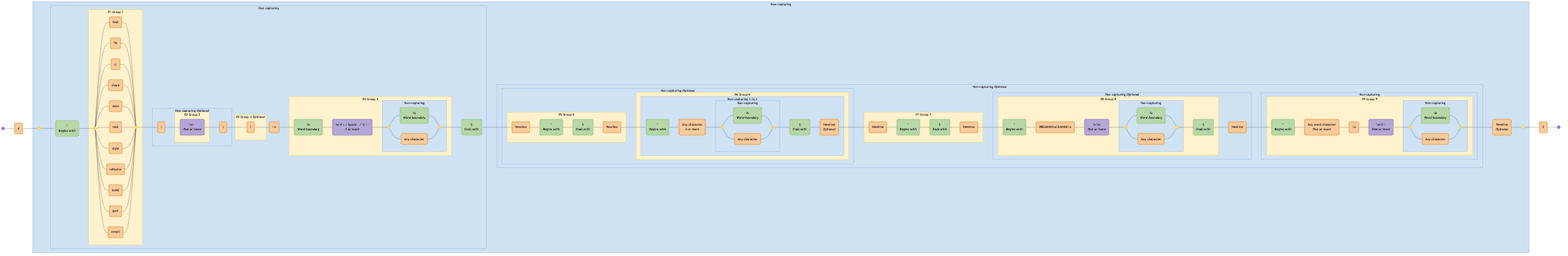
The Mermaid diagram diagrams/conventional-commits.mermaid-diagram.png in tayles/regex-to-mermaid, before a commit. Its source is kept beside it as diagrams/conventional-commits.mermaid.
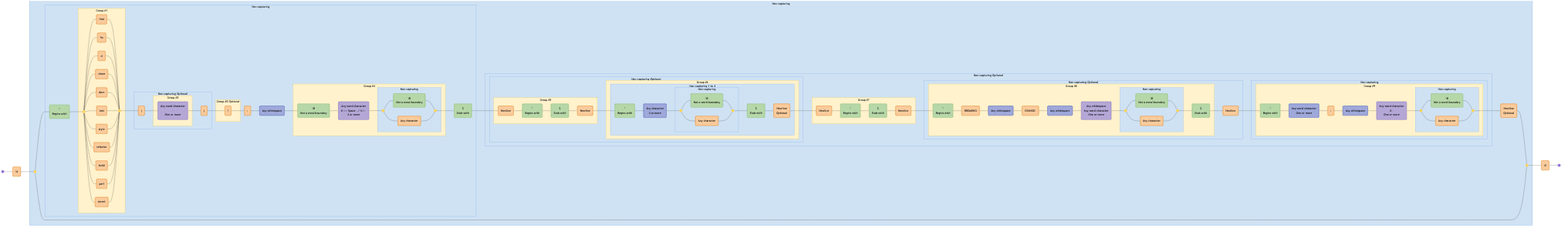
Above is the later version.

What changed in the source:
```diff
@@ -1,10 +1,10 @@
 graph LR
   accTitle: "Regex: \\A(?:(?:^(?P<type>feat|fix|ci|chore|docs|test|style|refactor|build|perf|revert)(?:\\((?P<scope>[\\w-]+)\\))?(?P<breaking>!)?:\\s(?P<subject>\\b[\\w#<> ./\\t\\\\-]{3,}(?:\\b|\\.))$)(?:(?:(?P<BLANK_LINE>\\n^$\\n)(?P<body>(?:^.{3,}(?:\\b|\\.)$\\n?){1,3}))?(?P<BLANK_LINE2>\\n^$\\n)(?:(?P<breaking_change>^BREAKING\\sCHANGE:\\s[\\s\\w]+(?:\\b|\\.)$)\\n)?(?:(?P<footer>^\\w+:\\s[\\w#-]+(?:\\b|\\.))))?\\n?|)\\Z"
-  accDescr: "Generated with regex-to-mermaid@1.0.4"
+  accDescr: "Generated with regex-to-mermaid@2.0.0"
 
   start@{ shape: f-circ };
   fin@{ shape: f-circ };
-  literal_1("A"):::literal;
+  literal_1("\A"):::literal;
   disjunction_begin_1:::disjunction@{ shape: f-circ };
   disjunction_end_1:::disjunction@{ shape: f-circ };
   assertion_1("^<br><i>Begins with</i>"):::assertion;
@@ -21,16 +21,17 @@
   literal_10("build"):::literal;
   literal_11("perf"):::literal;
   literal_12("revert"):::literal;
-  literal_13("("):::literal;
-  char_class_1("\w -<br><i>One or more</i>"):::char-class;
-  literal_14(")"):::literal;
+  literal_13("\("):::literal;
+  char_class_1("Any word character<br>-<br><i>One or more</i>"):::char-class;
+  literal_14("\)"):::literal;
   literal_15("!"):::literal;
-  literal_16(":\s"):::literal;
-  assertion_2("\b<br><i>Word boundary</i>"):::assertion;
-  char_class_2("\w # < > Space . / \t \ -<br><i>3 or more</i>"):::char-class;
+  literal_16(":"):::literal;
+  char_set_1("Any whitespace"):::char-set;
+  assertion_2("\B<br><i>Not a word boundary</i>"):::assertion;
+  char_class_2("Any word character<br># < > Space . / \t \\ -<br><i>3 or more</i>"):::char-class;
   disjunction_begin_3:::disjunction@{ shape: f-circ };
   disjunction_end_3:::disjunction@{ shape: f-circ };
-  assertion_3("\b<br><i>Word boundary</i>"):::assertion;
+  assertion_3("\B<br><i>Not a word boundary</i>"):::assertion;
   literal_17("Any character"):::literal;
   assertion_4("$<br><i>Ends with</i>"):::assertion;
   literal_18("Newline"):::literal;
@@ -38,38 +39,42 @@
   assertion_6("$<br><i>Ends with</i>"):::assertion;
   literal_19("Newline"):::literal;
   assertion_7("^<br><i>Begins with</i>"):::assertion;
-  literal_20("Any character<br><i>3 or more</i>"):::literal;
+  char_set_2("Any character<br><i>3 or more</i>"):::char-set;
   disjunction_begin_4:::disjunction@{ shape: f-circ };
   disjunction_end_4:::disjunction@{ shape: f-circ };
-  assertion_8("\b<br><i>Word boundary</i>"):::assertion;
-  literal_21("Any character"):::literal;
+  assertion_8("\B<br><i>Not a word boundary</i>"):::assertion;
+  literal_20("Any character"):::literal;
   assertion_9("$<br><i>Ends with</i>"):::assertion;
-  literal_22("Newline<br><i>Optional</i>"):::literal;
-  literal_23("Newline"):::literal;
+  literal_21("Newline<br><i>Optional</i>"):::literal;
+  literal_22("Newline"):::literal;
   assertion_10("^<br><i>Begins with</i>"):::assertion;
   assertion_11("$<br><i>Ends with</i>"):::assertion;
-  literal_24("Newline"):::literal;
+  literal_23("Newline"):::literal;
   assertion_12("^<br><i>Begins with</i>"):::assertion;
-  literal_25("BREAKING\sCHANGE:\s"):::literal;
-  char_class_3("\s \w<br><i>One or more</i>"):::char-class;
+  literal_24("BREAKING"):::literal;
+  char_set_3("Any whitespace"):::char-set;
+  literal_25("CHANGE:"):::literal;
+  char_set_4("Any whitespace"):::char-set;
+  char_class_3("Any whitespace<br>Any word character<br><i>One or more</i>"):::char-class;
   disjunction_begin_5:::disjunction@{ shape: f-circ };
   disjunction_end_5:::disjunction@{ shape: f-circ };
-  assertion_13("\b<br><i>Word boundary</i>"):::assertion;
+  assertion_13("\B<br><i>Not a word boundary</i>"):::assertion;
   literal_26("Any character"):::literal;
   assertion_14("$<br><i>Ends with</i>"):::assertion;
   literal_27("Newline"):::literal;
   assertion_15("^<br><i>Begins with</i>"):::assertion;
-  literal_28("Any word character<br><i>One or more</i>"):::literal;
-  literal_29(":\s"):::literal;
-  char_class_4("\w # -<br><i>One or more</i>"):::char-class;
+  char_set_5("Any word character<br><i>One or more</i>"):::char-set;
+  literal_28(":"):::literal;
+  char_set_6("Any whitespace"):::char-set;
+  char_class_4("Any word character<br># -<br><i>One or more</i>"):::char-class;
   disjunction_begin_6:::disjunction@{ shape: f-circ };
   disjunction_end_6:::disjunction@{ shape: f-circ };
-  assertion_16("\b<br><i>Word boundary</i>"):::assertion;
-  literal_30("Any character"):::literal;
-  literal_31("Newline<br><i>Optional</i>"):::literal;
-  literal_32("Z"):::literal;
+  assertion_16("\B<br><i>Not a word boundary</i>"):::assertion;
+  literal_29("Any character"):::literal;
+  literal_30("Newline<br><i>Optional</i>"):::literal;
+  literal_31("\Z"):::literal;
 
-  subgraph standard_1 ["#1 Group 1"]
+  subgraph standard_1 ["Group #1"]
     disjunction_begin_2
     disjunction_end_2
     literal_2
@@ -85,7 +90,7 @@
     literal_12
   end
 
-  subgraph standard_2 ["#2 Group 2"]
+  subgraph standard_2 ["Group #2"]
     char_class_1
   end
 
@@ -95,7 +100,7 @@
     literal_14
   end
 
-  subgraph standard_3 ["#3 Group 3 <i>Optional</i>"]
+  subgraph standard_3 ["Group #3 <i>Optional</i>"]
     literal_15
   end
 
@@ -106,7 +111,7 @@
     literal_17
   end
 
-  subgraph standard_4 ["#4 Group 4"]
+  subgraph standard_4 ["Group #4"]
     non_capturing_4
     assertion_2
     char_class_2
@@ -121,10 +126,11 @@
     standard_4
     assertion_1
     literal_16
+    char_set_1
     assertion_4
   end
 
-  subgraph standard_5 ["#5 Group 5"]
+  subgraph standard_5 ["Group #5"]
     literal_18
     assertion_5
     assertion_6
@@ -135,18 +141,18 @@
     disjunction_begin_4
     disjunction_end_4
     assertion_8
-    literal_21
+    literal_20
   end
 
   subgraph non_capturing_7 ["Non-capturing <i>1 to 3</i>"]
     non_capturing_8
     assertion_7
-    literal_20
+    char_set_2
     assertion_9
-    literal_22
+    literal_21
   end
 
-  subgraph standard_6 ["#6 Group 6"]
+  subgraph standard_6 ["Group #6"]
     non_capturing_8
     non_capturing_7
   end
@@ -158,11 +164,11 @@
     standard_6
   end
 
-  subgraph standard_7 ["#7 Group 7"]
-    literal_23
+  subgraph standard_7 ["Group #7"]
+    literal_22
     assertion_10
     assertion_11
-    literal_24
+    literal_23
   end
 
   subgraph non_capturing_10 ["Non-capturing"]
@@ -172,10 +178,13 @@
     literal_26
   end
 
-  subgraph standard_8 ["#8 Group 8"]
+  subgraph standard_8 ["Group #8"]
     non_capturing_10
     assertion_12
+    literal_24
+    char_set_3
     literal_25
+    char_set_4
     char_class_3
     assertion_14
   end
@@ -190,14 +199,15 @@
     disjunction_begin_6
     disjunction_end_6
     assertion_16
-    literal_30
+    literal_29
   end
 
-  subgraph standard_9 ["#9 Group 9"]
+  subgraph standard_9 ["Group #9"]
     non_capturing_12
     assertion_15
+    char_set_5
     literal_28
-    literal_29
+    char_set_6
     char_class_4
   end
 
@@ -244,7 +254,7 @@
     non_capturing_5
     disjunction_begin_1
     disjunction_end_1
-    literal_31
+    literal_30
   end
 
   start --- literal_1;
@@ -278,7 +288,8 @@
   char_class_1 --- literal_14;
   literal_14 --- literal_15;
   literal_15 --- literal_16;
-  literal_16 --- assertion_2;
+  literal_16 --- char_set_1;
+  char_set_1 --- assertion_2;
   assertion_2 --- char_class_2;
   char_class_2 --- disjunction_begin_3;
   disjunction_begin_3 --- assertion_3;
@@ -291,21 +302,24 @@
   assertion_5 --- assertion_6;
   assertion_6 --- literal_19;
   literal_19 --- assertion_7;
-  assertion_7 --- literal_20;
-  literal_20 --- disjunction_begin_4;
+  assertion_7 --- char_set_2;
+  char_set_2 --- disjunction_begin_4;
   disjunction_begin_4 --- assertion_8;
   assertion_8 --- disjunction_end_4;
-  disjunction_begin_4 --- literal_21;
-  literal_21 --- disjunction_end_4;
+  disjunction_begin_4 --- literal_20;
+  literal_20 --- disjunction_end_4;
   disjunction_end_4 --- assertion_9;
-  assertion_9 --- literal_22;
-  literal_22 --- literal_23;
-  literal_23 --- assertion_10;
+  assertion_9 --- literal_21;
+  literal_21 --- literal_22;
+  literal_22 --- assertion_10;
   assertion_10 --- assertion_11;
-  assertion_11 --- literal_24;
-  literal_24 --- assertion_12;
-  assertion_12 --- literal_25;
-  literal_25 --- char_class_3;
+  assertion_11 --- literal_23;
+  literal_23 --- assertion_12;
+  assertion_12 --- literal_24;
+  literal_24 --- char_set_3;
+  char_set_3 --- literal_25;
+  literal_25 --- char_set_4;
+  char_set_4 --- char_class_3;
   char_class_3 --- disjunction_begin_5;
   disjunction_begin_5 --- assertion_13;
   assertion_13 --- disjunction_end_5;
@@ -314,23 +328,26 @@
   disjunction_end_5 --- assertion_14;
   assertion_14 --- literal_27;
   literal_27 --- assertion_15;
-  assertion_15 --- literal_28;
-  literal_28 --- literal_29;
-  literal_29 --- char_class_4;
+  assertion_15 --- char_set_5;
+  char_set_5 --- literal_28;
+  literal_28 --- char_set_6;
+  char_set_6 --- char_class_4;
   char_class_4 --- disjunction_begin_6;
   disjunction_begin_6 --- assertion_16;
   assertion_16 --- disjunction_end_6;
-  disjunction_begin_6 --- literal_30;
-  literal_30 --- disjunction_end_6;
-  disjunction_end_6 --- literal_31;
-  literal_31 --- disjunction_end_1;
-  disjunction_end_1 --- literal_32;
-  literal_32 --- fin;
+  disjunction_begin_6 --- literal_29;
+  literal_29 --- disjunction_end_6;
+  disjunction_end_6 --- literal_30;
+  literal_30 --- disjunction_end_1;
+  disjunction_begin_1 --- disjunction_end_1;
+  disjunction_end_1 --- literal_31;
+  literal_31 --- fin;
 
   classDef literal fill:#F9CB9C,stroke:#E69138,color:#000000;
   classDef disjunction fill:#FFD966,stroke:#F1C232,color:#000000;
   classDef assertion fill:#B6D7A8,stroke:#93C47D,color:#000000;
   classDef char-class fill:#B4A7D6,stroke:#8E7CC3,color:#000000;
+  classDef char-set fill:#9FA8DA,stroke:#5C6BC0,color:#000000;
 
   classDef standard fill:#FFF2CC,stroke:#F1C232,color:#000000;
   classDef non-capturing fill:#CFE2F3,stroke:#6D9EEB,color:#000000;
```
